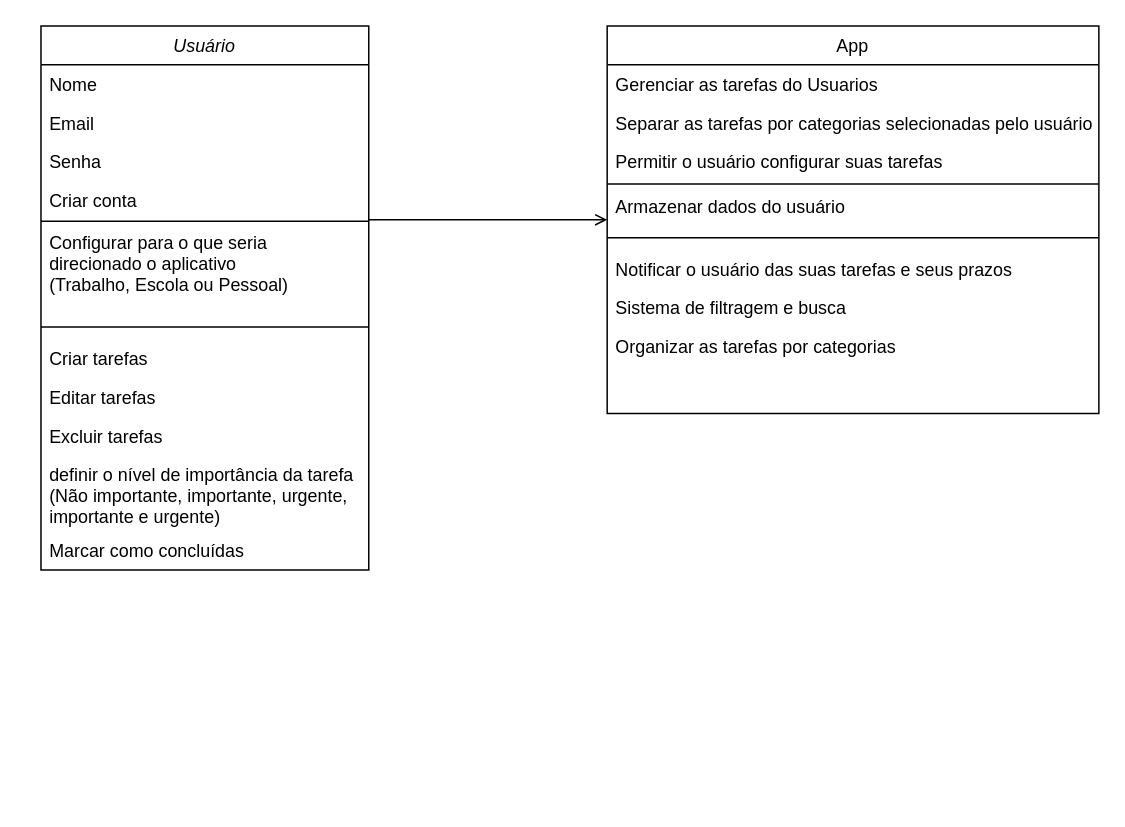
Above: Diagrama sem nome.drawio in Lotharzin/Sistema-de-gerenciamento-de-tarefas (draw.io), before the change. Source tidied: cells renumbered, new cells numbered last; positions are measured from the earlier drawing's top-left corner, leaving out a move shared by most shapes. Both pictures are drawn from the tidied source at 149%, with x=0, y=0 at pixel (40, 25).
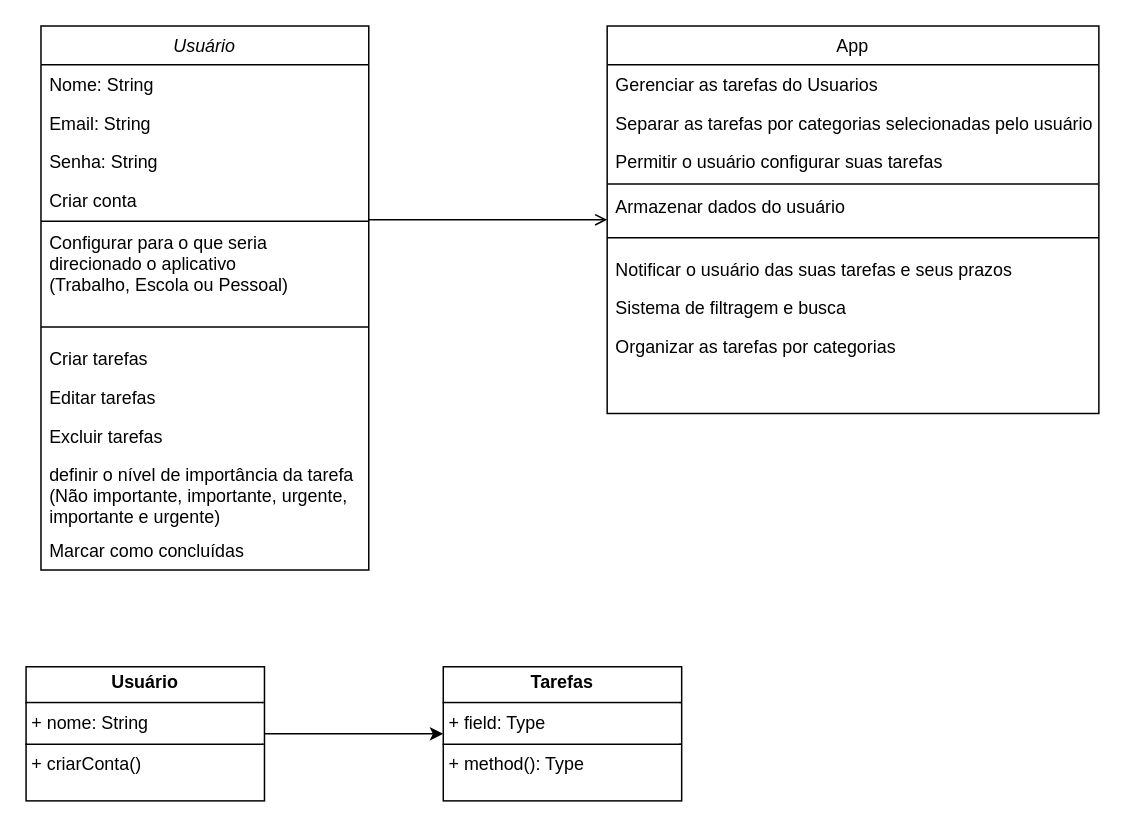
Above is the later version.

Unchanged cells that the change refers to:
```xml
<mxCell id="2" value="Usuário" style="swimlane;fontStyle=2;align=center;verticalAlign=top;horizontal=1;startSize=26;rounded=0;shadow=0;strokeWidth=1;" parent="1" vertex="1">
  <mxGeometry width="220" height="365" as="geometry" />
</mxCell>
```

The edit, as a diff of the source:
```diff
@@
-    <mxCell id="3" value="Nome" style="text;align=left;verticalAlign=top;spacingLeft=4;spacingRight=4;overflow=hidden;" parent="2" vertex="1">
+    <mxCell id="3" value="Nome: String" style="text;align=left;verticalAlign=top;spacingLeft=4;spacingRight=4;overflow=hidden;" parent="2" vertex="1">
       <mxGeometry y="26" width="220" height="26" as="geometry" />
     </mxCell>
-    <mxCell id="4" value="Email" style="text;align=left;verticalAlign=top;spacingLeft=4;spacingRight=4;overflow=hidden;rounded=0;shadow=0;html=0;" parent="2" vertex="1">
+    <mxCell id="4" value="Email: String" style="text;align=left;verticalAlign=top;spacingLeft=4;spacingRight=4;overflow=hidden;rounded=0;shadow=0;html=0;" parent="2" vertex="1">
       <mxGeometry y="52" width="220" height="26" as="geometry" />
     </mxCell>
-    <mxCell id="5" value="Senha" style="text;align=left;verticalAlign=top;spacingLeft=4;spacingRight=4;overflow=hidden;rounded=0;shadow=0;html=0;" parent="2" vertex="1">
+    <mxCell id="5" value="Senha: String" style="text;align=left;verticalAlign=top;spacingLeft=4;spacingRight=4;overflow=hidden;rounded=0;shadow=0;html=0;" parent="2" vertex="1">
       <mxGeometry y="78" width="220" height="26" as="geometry" />
     </mxCell>
@@
+    <mxCell id="26" style="edgeStyle=orthogonalEdgeStyle;rounded=0;jettySize=auto;html=1;" parent="1" edge="1" source="27" target="28">
+      <mxGeometry relative="1" as="geometry" />
+    </mxCell>
+    <mxCell id="27" value="&lt;p style=&quot;margin:0px;margin-top:4px;text-align:center;&quot;&gt;&lt;b&gt;Usuário&lt;/b&gt;&lt;/p&gt;&lt;hr size=&quot;1&quot; style=&quot;border-style:solid;&quot;&gt;&lt;p style=&quot;margin:0px;margin-left:4px;&quot;&gt;+ nome: String&lt;/p&gt;&lt;hr size=&quot;1&quot; style=&quot;border-style:solid;&quot;&gt;&lt;p style=&quot;margin:0px;margin-left:4px;&quot;&gt;+ criarConta()&lt;/p&gt;" style="verticalAlign=top;align=left;overflow=fill;html=1;whiteSpace=wrap;" parent="1" vertex="1">
+      <mxGeometry x="-10" y="430" width="160" height="90" as="geometry" />
+    </mxCell>
+    <mxCell id="28" value="&lt;p style=&quot;margin:0px;margin-top:4px;text-align:center;&quot;&gt;&lt;b&gt;Tarefas&lt;/b&gt;&lt;/p&gt;&lt;hr size=&quot;1&quot; style=&quot;border-style:solid;&quot;&gt;&lt;p style=&quot;margin:0px;margin-left:4px;&quot;&gt;+ field: Type&lt;/p&gt;&lt;hr size=&quot;1&quot; style=&quot;border-style:solid;&quot;&gt;&lt;p style=&quot;margin:0px;margin-left:4px;&quot;&gt;+ method(): Type&lt;/p&gt;" style="verticalAlign=top;align=left;overflow=fill;html=1;whiteSpace=wrap;" parent="1" vertex="1">
+      <mxGeometry x="270" y="430" width="160" height="90" as="geometry" />
+    </mxCell>
```
